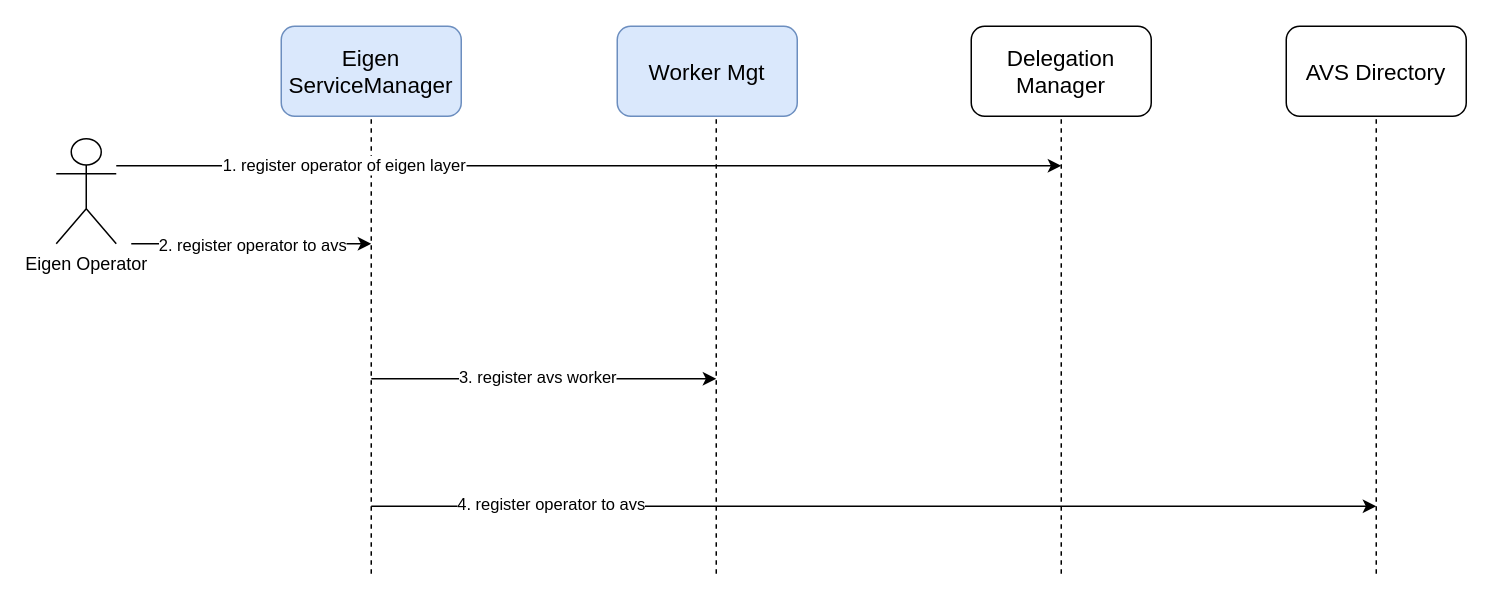
Above: page "第 5 页" (5 of 5) of inter-files/zkFHE-architecture.drawio in primus-labs/zkFHE-Network-Docs (draw.io), before the change. Source tidied: cells renumbered, new cells numbered last; positions are measured from the earlier drawing's top-left corner, leaving out a move shared by most shapes. Both pictures are drawn from the tidied source at 150%, with x=0, y=0 at pixel (56, 26).
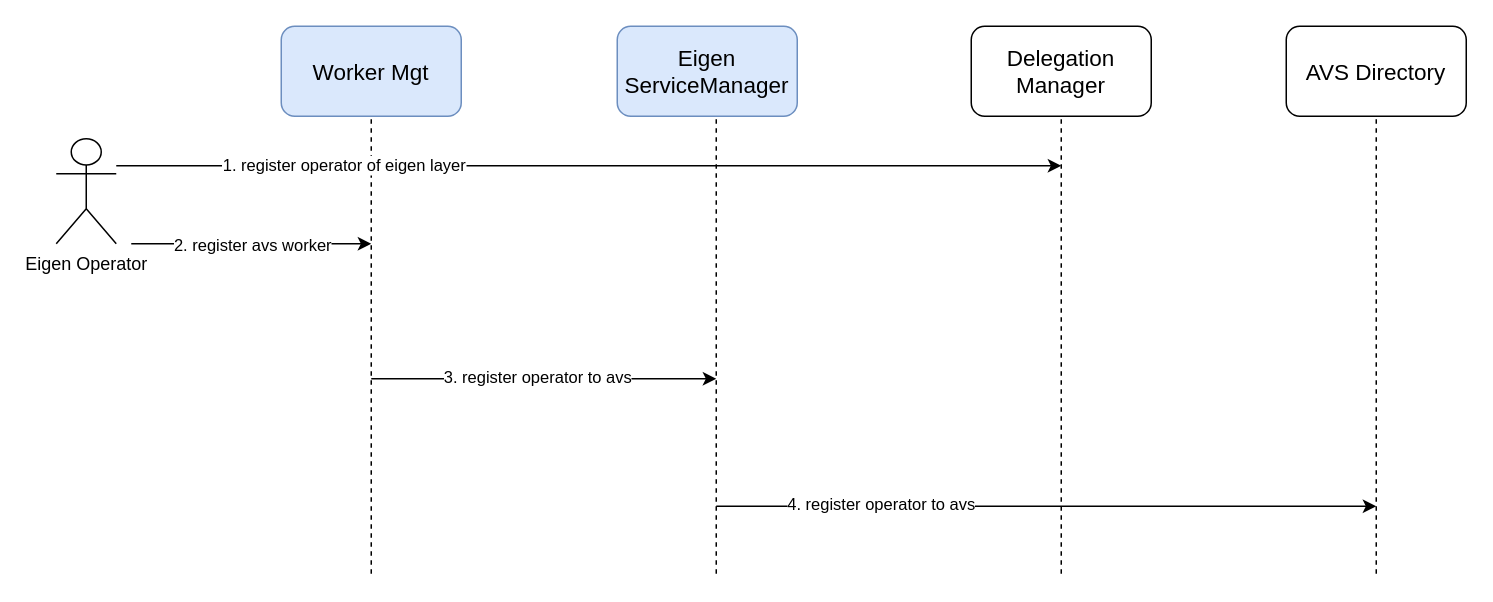
After the change.

Commit message (it also covers changes not shown here):
update eigen pic

Unchanged cells that the change refers to:
```xml
<mxCell id="12" style="endArrow=classic;html=1;rounded=0;" parent="1" edge="1">
  <mxGeometry relative="1" as="geometry">
    <mxPoint x="210" y="235" as="sourcePoint" />
    <mxPoint x="440" y="235" as="targetPoint" />
  </mxGeometry>
</mxCell>
<mxCell id="18" style="endArrow=classic;html=1;rounded=0;" parent="1" edge="1">
  <mxGeometry relative="1" as="geometry">
    <mxPoint x="50" y="145" as="sourcePoint" />
    <mxPoint x="210" y="145" as="targetPoint" />
  </mxGeometry>
</mxCell>
```

Change to the diagram source:
```diff
@@
-    <mxCell id="9" value="&lt;font style=&quot;font-size: 15px;&quot;&gt;Eigen ServiceManager&lt;/font&gt;" style="rounded=1;whiteSpace=wrap;html=1;fillColor=#dae8fc;strokeColor=#6c8ebf;" parent="1" vertex="1">
+    <mxCell id="9" value="&lt;span style=&quot;font-size: 15px;&quot;&gt;Worker Mgt&lt;/span&gt;" style="rounded=1;whiteSpace=wrap;html=1;fillColor=#dae8fc;strokeColor=#6c8ebf;" parent="1" vertex="1">
       <mxGeometry x="150" width="120" height="60" as="geometry" />
     </mxCell>
-    <mxCell id="10" value="&lt;font style=&quot;font-size: 15px;&quot;&gt;Worker Mgt&lt;/font&gt;" style="rounded=1;whiteSpace=wrap;html=1;fillColor=#dae8fc;strokeColor=#6c8ebf;" parent="1" vertex="1">
+    <mxCell id="10" value="&lt;span style=&quot;font-size: 15px;&quot;&gt;Eigen ServiceManager&lt;/span&gt;" style="rounded=1;whiteSpace=wrap;html=1;fillColor=#dae8fc;strokeColor=#6c8ebf;" parent="1" vertex="1">
       <mxGeometry x="374" width="120" height="60" as="geometry" />
     </mxCell>
@@
-    <mxCell id="13" value="3. register avs worker" style="edgeLabel;html=1;align=center;verticalAlign=middle;" parent="12" vertex="1">
+    <mxCell id="13" value="3. register operator to avs" style="edgeLabel;html=1;align=center;verticalAlign=middle;" parent="12" vertex="1">
       <mxGeometry x="-0.69" y="3" relative="1" as="geometry">
         <mxPoint x="74" y="1" as="offset" />
       </mxGeometry>
     </mxCell>
     <mxCell id="14" style="endArrow=classic;html=1;rounded=0;" parent="1" edge="1">
       <mxGeometry relative="1" as="geometry">
-        <mxPoint x="210" y="320" as="sourcePoint" />
+        <mxPoint x="440" y="320" as="sourcePoint" />
         <mxPoint x="880" y="320" as="targetPoint" />
       </mxGeometry>
     </mxCell>
     <mxCell id="15" value="4. register operator to avs" style="edgeLabel;html=1;align=center;verticalAlign=middle;" parent="14" vertex="1">
       <mxGeometry x="-0.69" y="3" relative="1" as="geometry">
-        <mxPoint x="15" y="1" as="offset" />
+        <mxPoint x="41" y="1" as="offset" />
       </mxGeometry>
     </mxCell>
@@
-    <mxCell id="19" value="2. register operator to avs" style="edgeLabel;html=1;align=center;verticalAlign=middle;" parent="18" vertex="1">
+    <mxCell id="19" value="2. register avs worker" style="edgeLabel;html=1;align=center;verticalAlign=middle;" parent="18" vertex="1">
       <mxGeometry x="-0.41" y="3" relative="1" as="geometry">
         <mxPoint x="33" y="3" as="offset" />
       </mxGeometry>
     </mxCell>
```
